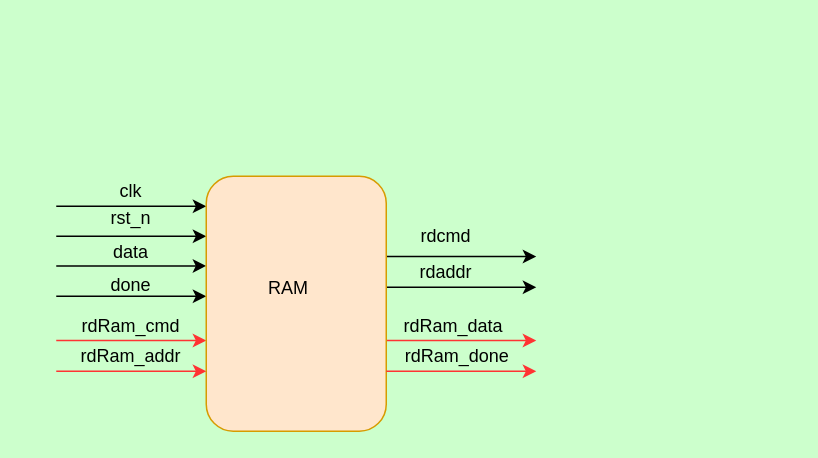
The draw.io diagram ram架构.drawio in skxsvc/FPGA, before the edit. Source tidied: cells renumbered, new cells numbered last; positions are measured from the earlier drawing's top-left corner, leaving out a move shared by most shapes. Both pictures are drawn from the tidied source at 150%, with x=0, y=0 at pixel (56, 160).
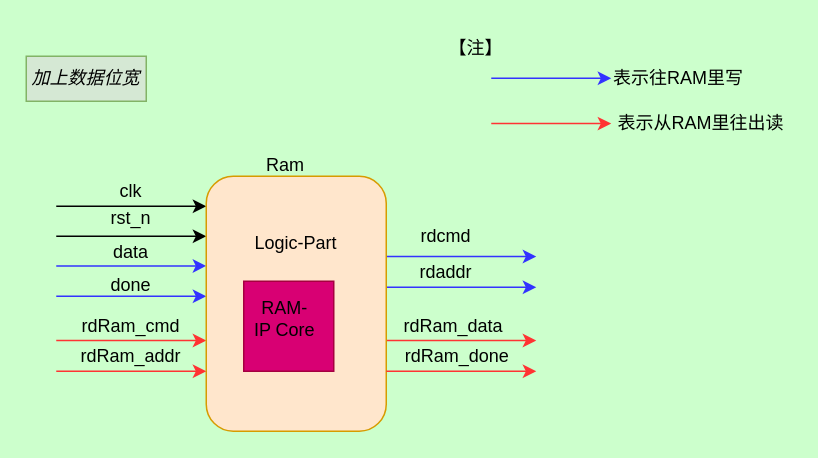
The same page after the edit.

Diff of the diagram source:
```diff
@@
-    <mxCell id="6" style="endArrow=classic;html=1;rounded=0;" parent="1" edge="1">
+    <mxCell id="6" style="endArrow=classic;html=1;rounded=0;strokeColor=#3333FF;" parent="1" edge="1">
       <mxGeometry relative="1" as="geometry">
         <mxPoint y="69.8" as="sourcePoint" />
         <mxPoint x="100" y="69.8" as="targetPoint" />
         <Array as="points">
           <mxPoint x="30" y="69.8" />
         </Array>
       </mxGeometry>
     </mxCell>
-    <mxCell id="7" style="endArrow=classic;html=1;rounded=0;" parent="1" edge="1">
+    <mxCell id="7" style="endArrow=classic;html=1;rounded=0;strokeColor=#3333FF;" parent="1" edge="1">
       <mxGeometry relative="1" as="geometry">
         <mxPoint y="90" as="sourcePoint" />
         <mxPoint x="100" y="90" as="targetPoint" />
         <Array as="points">
           <mxPoint x="30" y="90" />
         </Array>
       </mxGeometry>
     </mxCell>
@@
-    <mxCell id="11" style="endArrow=classic;html=1;rounded=0;" parent="1" edge="1">
+    <mxCell id="11" style="endArrow=classic;html=1;rounded=0;strokeColor=#3333FF;" parent="1" edge="1">
       <mxGeometry relative="1" as="geometry">
         <mxPoint x="220" y="63.5" as="sourcePoint" />
         <mxPoint x="320" y="63.5" as="targetPoint" />
         <Array as="points">
           <mxPoint x="250" y="63.5" />
         </Array>
       </mxGeometry>
     </mxCell>
@@
-    <mxCell id="13" style="endArrow=classic;html=1;rounded=0;" parent="1" edge="1">
+    <mxCell id="13" style="endArrow=classic;html=1;rounded=0;strokeColor=#3333FF;" parent="1" edge="1">
       <mxGeometry relative="1" as="geometry">
         <mxPoint x="220" y="84" as="sourcePoint" />
         <mxPoint x="320" y="84" as="targetPoint" />
         <Array as="points">
           <mxPoint x="250" y="84" />
         </Array>
       </mxGeometry>
     </mxCell>
@@
-    <mxCell id="19" value="RAM" style="text;html=1;strokeColor=none;fillColor=none;align=center;verticalAlign=middle;whiteSpace=wrap;rounded=0;" parent="1" vertex="1">
-      <mxGeometry x="120" y="70" width="70" height="30" as="geometry" />
+    <mxCell id="19" value="Ram" style="text;html=1;strokeColor=none;fillColor=none;align=center;verticalAlign=middle;whiteSpace=wrap;rounded=0;" parent="1" vertex="1">
+      <mxGeometry x="117.5" y="-12" width="70" height="30" as="geometry" />
     </mxCell>
@@
+    <mxCell id="24" value="&lt;i&gt;加上数据位宽&lt;/i&gt;" style="text;html=1;strokeColor=#82b366;fillColor=#d5e8d4;align=center;verticalAlign=middle;whiteSpace=wrap;rounded=0;" parent="1" vertex="1">
+      <mxGeometry x="-20" y="-70" width="80" height="30" as="geometry" />
+    </mxCell>
+    <mxCell id="25" style="rounded=0;whiteSpace=wrap;html=1;fillColor=#d80073;fontColor=#ffffff;strokeColor=#A50040;" parent="1" vertex="1">
+      <mxGeometry x="125" y="80" width="60" height="60" as="geometry" />
+    </mxCell>
+    <mxCell id="26" value="&lt;div&gt;RAM-&lt;/div&gt;&lt;div&gt;IP Core&lt;br&gt;&lt;/div&gt;" style="text;html=1;strokeColor=none;fillColor=none;align=center;verticalAlign=middle;whiteSpace=wrap;rounded=0;" parent="1" vertex="1">
+      <mxGeometry x="125" y="90" width="55" height="30" as="geometry" />
+    </mxCell>
+    <mxCell id="27" value="【注】" style="text;html=1;strokeColor=none;fillColor=none;align=center;verticalAlign=middle;whiteSpace=wrap;rounded=0;" parent="1" vertex="1">
+      <mxGeometry x="250" y="-90" width="60" height="30" as="geometry" />
+    </mxCell>
+    <mxCell id="28" style="endArrow=classic;html=1;rounded=0;strokeColor=#3333FF;" parent="1" edge="1">
+      <mxGeometry relative="1" as="geometry">
+        <mxPoint x="290" y="-55.3" as="sourcePoint" />
+        <mxPoint x="370" y="-55.3" as="targetPoint" />
+      </mxGeometry>
+    </mxCell>
+    <mxCell id="29" value="表示往RAM里写" style="text;html=1;strokeColor=none;fillColor=none;align=center;verticalAlign=middle;whiteSpace=wrap;rounded=0;" parent="1" vertex="1">
+      <mxGeometry x="370" y="-70" width="90" height="30" as="geometry" />
+    </mxCell>
+    <mxCell id="30" style="endArrow=classic;html=1;rounded=0;strokeColor=#FF3333;" parent="1" edge="1">
+      <mxGeometry relative="1" as="geometry">
+        <mxPoint x="290" y="-25.1" as="sourcePoint" />
+        <mxPoint x="370" y="-25.1" as="targetPoint" />
+      </mxGeometry>
+    </mxCell>
+    <mxCell id="31" value="表示从RAM里往出读" style="text;html=1;strokeColor=none;fillColor=none;align=center;verticalAlign=middle;whiteSpace=wrap;rounded=0;" parent="1" vertex="1">
+      <mxGeometry x="370" y="-40" width="120" height="30" as="geometry" />
+    </mxCell>
+    <mxCell id="32" value="Logic-Part" style="text;html=1;strokeColor=none;fillColor=none;align=center;verticalAlign=middle;whiteSpace=wrap;rounded=0;" parent="1" vertex="1">
+      <mxGeometry x="130" y="40" width="60" height="30" as="geometry" />
+    </mxCell>
```
